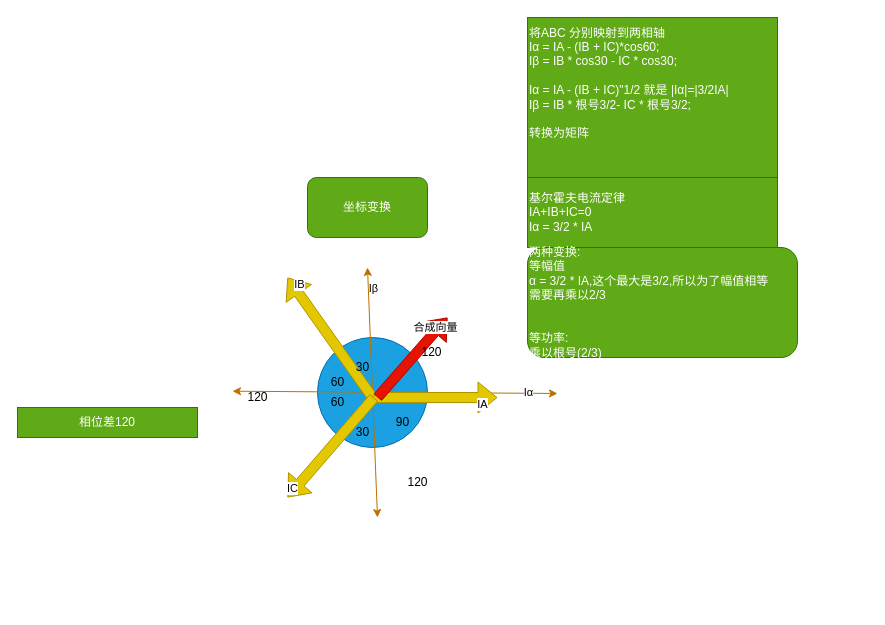
Before: Doc/foc/2-clarke.drawio in LKCsuper/foc, a draw.io diagram. Source tidied: cells renumbered, new cells numbered last; positions are measured from the earlier drawing's top-left corner, leaving out a move shared by most shapes. Both pictures are drawn from the tidied source at 100%, with x=0, y=0 at pixel (17, 17).
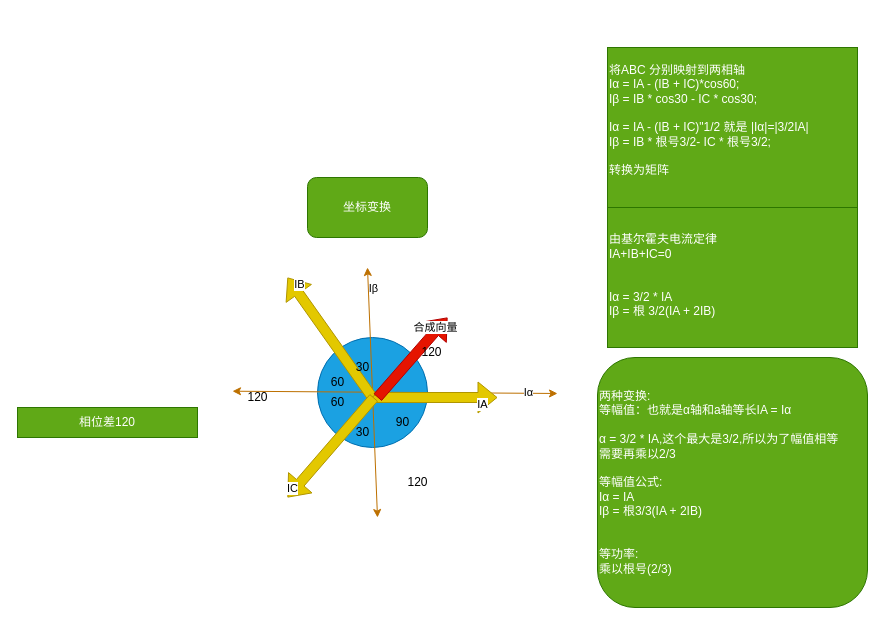
The same page after the edit.

Diff of the diagram source:
```diff
@@
-    <mxCell id="2" value="基尔霍夫电流定律&lt;br&gt;IA+IB+IC=0&lt;br&gt;Iα = 3/2 * IA" style="text;html=1;strokeColor=#2D7600;fillColor=#60a917;align=left;verticalAlign=middle;whiteSpace=wrap;rounded=0;fontColor=#ffffff;" parent="1" vertex="1">
-      <mxGeometry x="510" y="160" width="250" height="70" as="geometry" />
+    <mxCell id="2" value="由基尔霍夫电流定律&lt;br&gt;IA+IB+IC=0&lt;br&gt;&lt;br&gt;&lt;br&gt;Iα = 3/2 * IA&lt;br&gt;Iβ = 根 3/2(IA + 2IB)" style="text;html=1;strokeColor=#2D7600;fillColor=#60a917;align=left;verticalAlign=middle;whiteSpace=wrap;rounded=0;fontColor=#ffffff;" parent="1" vertex="1">
+      <mxGeometry x="590" y="185" width="250" height="145" as="geometry" />
     </mxCell>
@@
-    <mxCell id="4" value="&lt;div style=&quot;&quot;&gt;将ABC 分别映射到两相轴&lt;/div&gt;&lt;div style=&quot;&quot;&gt;&lt;span style=&quot;background-color: initial;&quot;&gt;Iα = IA - (IB + IC)*cos60;&lt;/span&gt;&lt;br&gt;&lt;/div&gt;&lt;div style=&quot;&quot;&gt;&lt;span style=&quot;&quot;&gt;Iβ = IB * cos30 - IC * cos30;&lt;/span&gt;&lt;/div&gt;&lt;div style=&quot;&quot;&gt;&lt;span style=&quot;&quot;&gt;&lt;br&gt;&lt;/span&gt;&lt;/div&gt;&lt;div style=&quot;&quot;&gt;&lt;div&gt;&lt;span style=&quot;background-color: initial;&quot;&gt;Iα = IA - (IB + IC)&quot;1/2 就是 |Iα|=|3/2IA|&lt;/span&gt;&lt;br&gt;&lt;/div&gt;&lt;div&gt;&lt;span style=&quot;&quot;&gt;Iβ = IB * 根号3/2- IC * 根号3/2;&lt;/span&gt;&lt;/div&gt;&lt;/div&gt;&lt;div style=&quot;&quot;&gt;&lt;br&gt;&lt;/div&gt;&lt;div style=&quot;&quot;&gt;&lt;span style=&quot;&quot;&gt;转换为矩阵&lt;/span&gt;&lt;/div&gt;&lt;div style=&quot;&quot;&gt;&lt;span style=&quot;&quot;&gt;&lt;br&gt;&lt;/span&gt;&lt;/div&gt;&lt;div style=&quot;&quot;&gt;&lt;br&gt;&lt;/div&gt;" style="text;html=1;strokeColor=#2D7600;fillColor=#60a917;align=left;verticalAlign=middle;whiteSpace=wrap;rounded=0;fontColor=#ffffff;" parent="1" vertex="1">
-      <mxGeometry x="510" width="250" height="160" as="geometry" />
+    <mxCell id="4" value="&lt;div style=&quot;&quot;&gt;将ABC 分别映射到两相轴&lt;/div&gt;&lt;div style=&quot;&quot;&gt;&lt;span style=&quot;background-color: initial;&quot;&gt;Iα = IA - (IB + IC)*cos60;&lt;/span&gt;&lt;br&gt;&lt;/div&gt;&lt;div style=&quot;&quot;&gt;&lt;span style=&quot;&quot;&gt;Iβ = IB * cos30 - IC * cos30;&lt;/span&gt;&lt;/div&gt;&lt;div style=&quot;&quot;&gt;&lt;span style=&quot;&quot;&gt;&lt;br&gt;&lt;/span&gt;&lt;/div&gt;&lt;div style=&quot;&quot;&gt;&lt;div&gt;&lt;span style=&quot;background-color: initial;&quot;&gt;Iα = IA - (IB + IC)&quot;1/2 就是 |Iα|=|3/2IA|&lt;/span&gt;&lt;br&gt;&lt;/div&gt;&lt;div&gt;&lt;span style=&quot;&quot;&gt;Iβ = IB * 根号3/2- IC * 根号3/2;&lt;/span&gt;&lt;/div&gt;&lt;/div&gt;&lt;div style=&quot;&quot;&gt;&lt;br&gt;&lt;/div&gt;&lt;div style=&quot;&quot;&gt;&lt;span style=&quot;&quot;&gt;转换为矩阵&lt;/span&gt;&lt;/div&gt;&lt;div style=&quot;&quot;&gt;&lt;br&gt;&lt;/div&gt;" style="text;html=1;strokeColor=#2D7600;fillColor=#60a917;align=left;verticalAlign=middle;whiteSpace=wrap;rounded=0;fontColor=#ffffff;" parent="1" vertex="1">
+      <mxGeometry x="590" y="30" width="250" height="160" as="geometry" />
     </mxCell>
@@
-    <mxCell id="27" value="两种变换:&lt;br&gt;等幅值&lt;br&gt;&lt;span style=&quot;&quot;&gt;α = 3/2 * IA,这个最大是3/2,所以为了幅值相等&lt;br&gt;&lt;div style=&quot;&quot;&gt;&lt;span style=&quot;background-color: initial;&quot;&gt;需要再乘以2/3&lt;/span&gt;&lt;/div&gt;&lt;/span&gt;&lt;br&gt;&lt;br&gt;等功率:&lt;br&gt;乘以根号(2/3)" style="rounded=1;whiteSpace=wrap;html=1;fillColor=#60a917;fontColor=#ffffff;strokeColor=#2D7600;align=left;" parent="1" vertex="1">
-      <mxGeometry x="510" y="230" width="270" height="110" as="geometry" />
+    <mxCell id="27" value="两种变换:&lt;br&gt;等幅值：也就是α轴和a轴等长IA = Iα&lt;br&gt;&lt;br&gt;&lt;span style=&quot;&quot;&gt;α = 3/2 * IA,这个最大是3/2,所以为了幅值相等&lt;br&gt;&lt;div style=&quot;&quot;&gt;&lt;span style=&quot;background-color: initial;&quot;&gt;需要再乘以2/3&lt;/span&gt;&lt;/div&gt;&lt;div style=&quot;&quot;&gt;&lt;span style=&quot;background-color: initial;&quot;&gt;&lt;br&gt;&lt;/span&gt;&lt;/div&gt;&lt;/span&gt;等幅值公式:&lt;br&gt;Iα = IA&lt;br&gt;Iβ = 根3/3(IA + 2IB)&lt;br&gt;&lt;br&gt;&lt;br&gt;等功率:&lt;br&gt;乘以根号(2/3)" style="rounded=1;whiteSpace=wrap;html=1;fillColor=#60a917;fontColor=#ffffff;strokeColor=#2D7600;align=left;" parent="1" vertex="1">
+      <mxGeometry x="580" y="340" width="270" height="250" as="geometry" />
     </mxCell>
```
